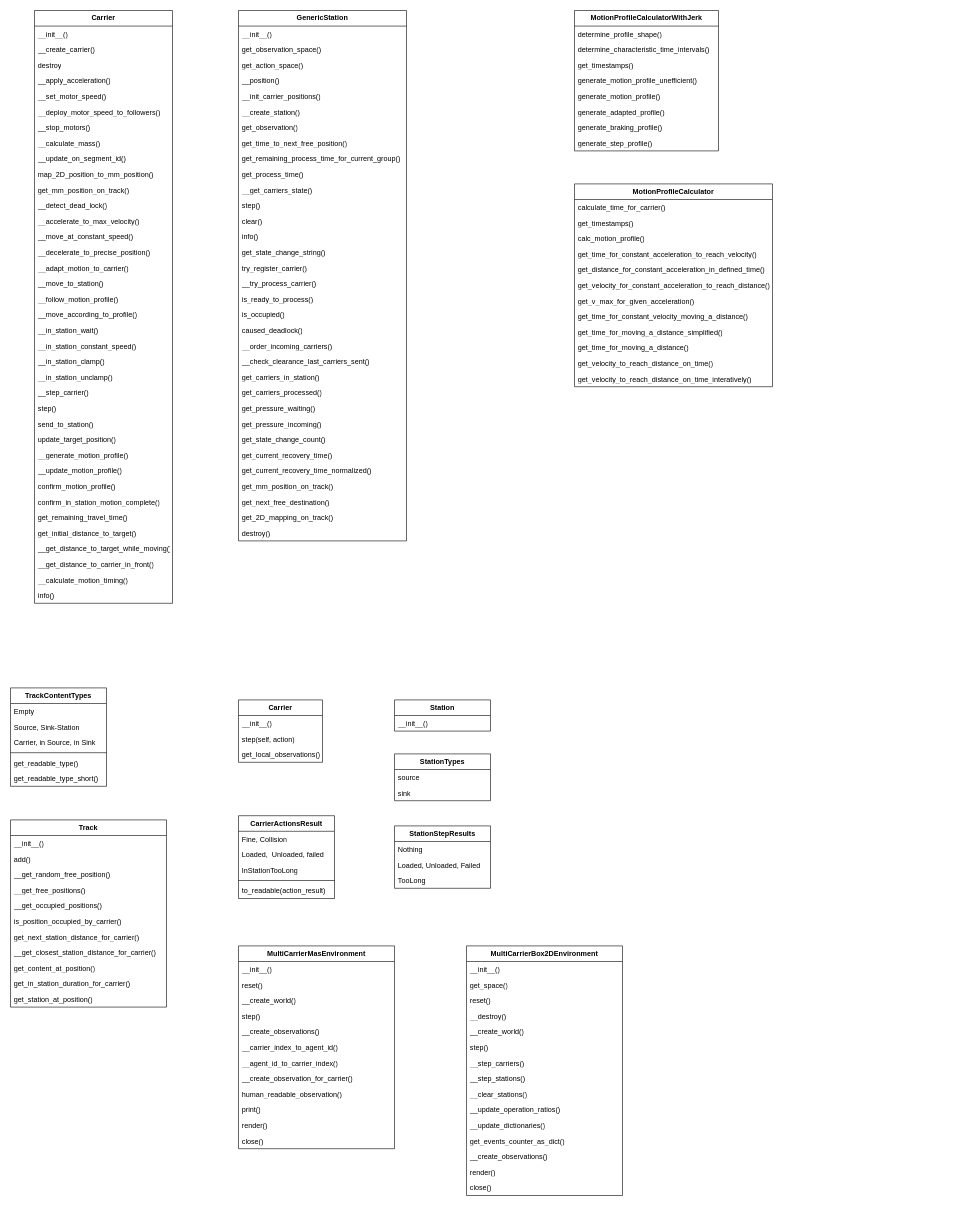
Above: Untitled Diagram.drawio in RiemannLee19/UMLs (draw.io), before the change. Source tidied: cells renumbered, new cells numbered last; positions are measured from the earlier drawing's top-left corner, leaving out a move shared by most shapes. Both pictures are drawn from the tidied source at 60%, with x=0, y=0 at pixel (10, 10).
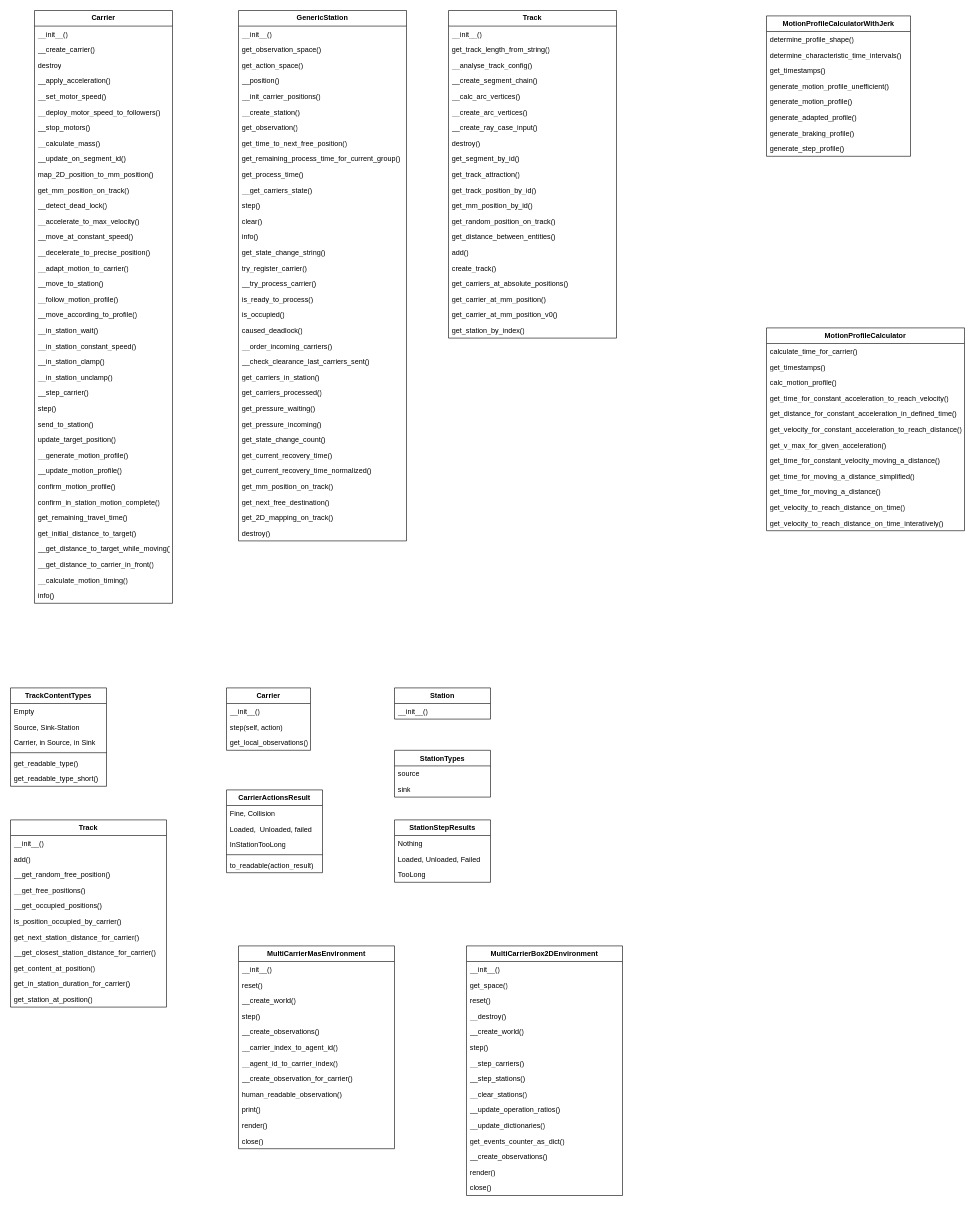
Above is the later version.

Change to the diagram source:
```diff
@@
     <mxCell id="47" value="CarrierActionsResult" style="swimlane;fontStyle=1;align=center;verticalAlign=top;horizontal=1;startSize=26;whiteSpace=wrap;html=1;" parent="1" vertex="1">
-      <mxGeometry x="380" y="1342" width="160" height="138" as="geometry" />
+      <mxGeometry x="360" y="1299" width="160" height="138" as="geometry" />
     </mxCell>
@@
     <mxCell id="53" value="&lt;b&gt;Carrier&lt;/b&gt;" style="swimlane;fontStyle=0;horizontal=1;startSize=26;fillColor=none;whiteSpace=wrap;html=1;" parent="1" vertex="1">
-      <mxGeometry x="380" y="1149" width="140" height="104" as="geometry" />
+      <mxGeometry x="360" y="1129" width="140" height="104" as="geometry" />
     </mxCell>
@@
     <mxCell id="69" value="Station" style="swimlane;fontStyle=1;align=center;verticalAlign=top;horizontal=1;startSize=26;whiteSpace=wrap;html=1;" parent="1" vertex="1">
-      <mxGeometry x="640" y="1149" width="160" height="52" as="geometry" />
+      <mxGeometry x="640" y="1129" width="160" height="52" as="geometry" />
     </mxCell>
@@
     <mxCell id="71" value="&lt;b&gt;StationStepResults&lt;/b&gt;" style="swimlane;fontStyle=0;horizontal=1;startSize=26;fillColor=none;whiteSpace=wrap;html=1;" parent="1" vertex="1">
-      <mxGeometry x="640" y="1359" width="160" height="104" as="geometry" />
+      <mxGeometry x="640" y="1349" width="160" height="104" as="geometry" />
     </mxCell>
@@
     <mxCell id="75" value="StationTypes" style="swimlane;fontStyle=1;align=center;verticalAlign=top;horizontal=1;startSize=26;whiteSpace=wrap;html=1;" parent="1" vertex="1">
-      <mxGeometry x="640" y="1239" width="160" height="78" as="geometry" />
+      <mxGeometry x="640" y="1233" width="160" height="78" as="geometry" />
     </mxCell>
@@
     <mxCell id="91" value="&lt;b&gt;MotionProfileCalculatorWithJerk&lt;/b&gt;" style="swimlane;fontStyle=0;horizontal=1;startSize=26;fillColor=none;whiteSpace=wrap;html=1;" parent="1" vertex="1">
-      <mxGeometry x="940" width="240" height="234" as="geometry" />
+      <mxGeometry x="1260" y="9" width="240" height="234" as="geometry" />
     </mxCell>
@@
     <mxCell id="100" value="&lt;b&gt;MotionProfileCalculator&lt;/b&gt;" style="swimlane;fontStyle=0;horizontal=1;startSize=26;fillColor=none;whiteSpace=wrap;html=1;" parent="1" vertex="1">
-      <mxGeometry x="940" y="289" width="330" height="338" as="geometry" />
+      <mxGeometry x="1260" y="529" width="330" height="338" as="geometry" />
     </mxCell>
@@
+    <mxCell id="163" value="&lt;b&gt;Track&lt;/b&gt;" style="swimlane;fontStyle=0;horizontal=1;startSize=26;fillColor=none;whiteSpace=wrap;html=1;" parent="1" vertex="1">
+      <mxGeometry x="730" width="280" height="546" as="geometry" />
+    </mxCell>
+    <mxCell id="164" value="__init__()" style="text;strokeColor=none;fillColor=none;align=left;verticalAlign=top;spacingLeft=4;spacingRight=4;overflow=hidden;whiteSpace=wrap;html=1;" parent="163" vertex="1">
+      <mxGeometry y="26" width="280" height="26" as="geometry" />
+    </mxCell>
+    <mxCell id="165" value="get_track_length_from_string()" style="text;strokeColor=none;fillColor=none;align=left;verticalAlign=top;spacingLeft=4;spacingRight=4;overflow=hidden;whiteSpace=wrap;html=1;" parent="163" vertex="1">
+      <mxGeometry y="52" width="280" height="26" as="geometry" />
+    </mxCell>
+    <mxCell id="166" value="__analyse_track_config()" style="text;strokeColor=none;fillColor=none;align=left;verticalAlign=top;spacingLeft=4;spacingRight=4;overflow=hidden;whiteSpace=wrap;html=1;" parent="163" vertex="1">
+      <mxGeometry y="78" width="280" height="26" as="geometry" />
+    </mxCell>
+    <mxCell id="167" value="__create_segment_chain()" style="text;strokeColor=none;fillColor=none;align=left;verticalAlign=top;spacingLeft=4;spacingRight=4;overflow=hidden;whiteSpace=wrap;html=1;" parent="163" vertex="1">
+      <mxGeometry y="104" width="280" height="26" as="geometry" />
+    </mxCell>
+    <mxCell id="168" value="__calc_arc_vertices()" style="text;strokeColor=none;fillColor=none;align=left;verticalAlign=top;spacingLeft=4;spacingRight=4;overflow=hidden;whiteSpace=wrap;html=1;" parent="163" vertex="1">
+      <mxGeometry y="130" width="280" height="26" as="geometry" />
+    </mxCell>
+    <mxCell id="169" value="__create_arc_vertices()" style="text;strokeColor=none;fillColor=none;align=left;verticalAlign=top;spacingLeft=4;spacingRight=4;overflow=hidden;whiteSpace=wrap;html=1;" parent="163" vertex="1">
+      <mxGeometry y="156" width="280" height="26" as="geometry" />
+    </mxCell>
+    <mxCell id="170" value="__create_ray_case_input()" style="text;strokeColor=none;fillColor=none;align=left;verticalAlign=top;spacingLeft=4;spacingRight=4;overflow=hidden;whiteSpace=wrap;html=1;" parent="163" vertex="1">
+      <mxGeometry y="182" width="280" height="26" as="geometry" />
+    </mxCell>
+    <mxCell id="171" value="destroy()" style="text;strokeColor=none;fillColor=none;align=left;verticalAlign=top;spacingLeft=4;spacingRight=4;overflow=hidden;whiteSpace=wrap;html=1;" parent="163" vertex="1">
+      <mxGeometry y="208" width="280" height="26" as="geometry" />
+    </mxCell>
+    <mxCell id="172" value="get_segment_by_id()" style="text;strokeColor=none;fillColor=none;align=left;verticalAlign=top;spacingLeft=4;spacingRight=4;overflow=hidden;whiteSpace=wrap;html=1;" parent="163" vertex="1">
+      <mxGeometry y="234" width="280" height="26" as="geometry" />
+    </mxCell>
+    <mxCell id="173" value="get_track_attraction()" style="text;strokeColor=none;fillColor=none;align=left;verticalAlign=top;spacingLeft=4;spacingRight=4;overflow=hidden;whiteSpace=wrap;html=1;" parent="163" vertex="1">
+      <mxGeometry y="260" width="280" height="26" as="geometry" />
+    </mxCell>
+    <mxCell id="174" value="get_track_position_by_id()" style="text;strokeColor=none;fillColor=none;align=left;verticalAlign=top;spacingLeft=4;spacingRight=4;overflow=hidden;whiteSpace=wrap;html=1;" parent="163" vertex="1">
+      <mxGeometry y="286" width="280" height="26" as="geometry" />
+    </mxCell>
+    <mxCell id="175" value="get_mm_position_by_id()" style="text;strokeColor=none;fillColor=none;align=left;verticalAlign=top;spacingLeft=4;spacingRight=4;overflow=hidden;whiteSpace=wrap;html=1;" parent="163" vertex="1">
+      <mxGeometry y="312" width="280" height="26" as="geometry" />
+    </mxCell>
+    <mxCell id="176" value="get_random_position_on_track()" style="text;strokeColor=none;fillColor=none;align=left;verticalAlign=top;spacingLeft=4;spacingRight=4;overflow=hidden;whiteSpace=wrap;html=1;" parent="163" vertex="1">
+      <mxGeometry y="338" width="280" height="26" as="geometry" />
+    </mxCell>
+    <mxCell id="177" value="get_distance_between_entities()" style="text;strokeColor=none;fillColor=none;align=left;verticalAlign=top;spacingLeft=4;spacingRight=4;overflow=hidden;whiteSpace=wrap;html=1;" parent="163" vertex="1">
+      <mxGeometry y="364" width="280" height="26" as="geometry" />
+    </mxCell>
+    <mxCell id="178" value="add()" style="text;strokeColor=none;fillColor=none;align=left;verticalAlign=top;spacingLeft=4;spacingRight=4;overflow=hidden;whiteSpace=wrap;html=1;" parent="163" vertex="1">
+      <mxGeometry y="390" width="280" height="26" as="geometry" />
+    </mxCell>
+    <mxCell id="179" value="create_track()" style="text;strokeColor=none;fillColor=none;align=left;verticalAlign=top;spacingLeft=4;spacingRight=4;overflow=hidden;whiteSpace=wrap;html=1;" parent="163" vertex="1">
+      <mxGeometry y="416" width="280" height="26" as="geometry" />
+    </mxCell>
+    <mxCell id="180" value="get_carriers_at_absolute_positions()" style="text;strokeColor=none;fillColor=none;align=left;verticalAlign=top;spacingLeft=4;spacingRight=4;overflow=hidden;whiteSpace=wrap;html=1;" parent="163" vertex="1">
+      <mxGeometry y="442" width="280" height="26" as="geometry" />
+    </mxCell>
+    <mxCell id="181" value="get_carrier_at_mm_position()" style="text;strokeColor=none;fillColor=none;align=left;verticalAlign=top;spacingLeft=4;spacingRight=4;overflow=hidden;whiteSpace=wrap;html=1;" parent="163" vertex="1">
+      <mxGeometry y="468" width="280" height="26" as="geometry" />
+    </mxCell>
+    <mxCell id="182" value="get_carrier_at_mm_position_v0()" style="text;strokeColor=none;fillColor=none;align=left;verticalAlign=top;spacingLeft=4;spacingRight=4;overflow=hidden;whiteSpace=wrap;html=1;" parent="163" vertex="1">
+      <mxGeometry y="494" width="280" height="26" as="geometry" />
+    </mxCell>
+    <mxCell id="183" value="get_station_by_index()" style="text;strokeColor=none;fillColor=none;align=left;verticalAlign=top;spacingLeft=4;spacingRight=4;overflow=hidden;whiteSpace=wrap;html=1;" parent="163" vertex="1">
+      <mxGeometry y="520" width="280" height="26" as="geometry" />
+    </mxCell>
```
